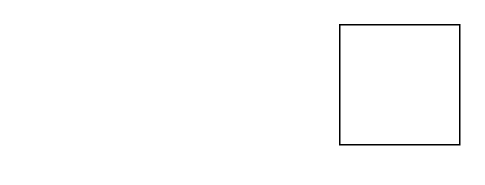
The draw.io diagram Diagrammes/contexe.drawio in hardelaynoe/projet_abris_bus, before the edit. Source tidied: cells renumbered, new cells numbered last; positions are measured from the earlier drawing's top-left corner, leaving out a move shared by most shapes. Both pictures are drawn from the tidied source at 150%, with x=0, y=0 at pixel (339, 24).
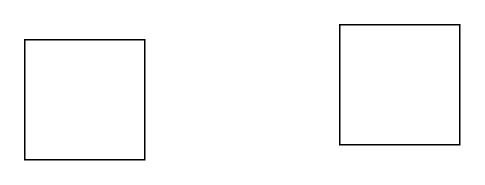
After the change.

Commit message (it also covers changes not shown here):
Mettre à jour contexe.drawio

Change to the diagram source:
```diff
@@
 <mxGraphModel>
   <root>
     <mxCell id="0" />
     <mxCell id="1" parent="0" />
     <mxCell id="2" style="whiteSpace=wrap;html=1;" parent="1" vertex="1">
       <mxGeometry width="80" height="80" as="geometry" />
     </mxCell>
+    <mxCell id="3" style="whiteSpace=wrap;html=1;" parent="1" vertex="1">
+      <mxGeometry x="-210" y="10" width="80" height="80" as="geometry" />
+    </mxCell>
   </root>
 </mxGraphModel>
```
